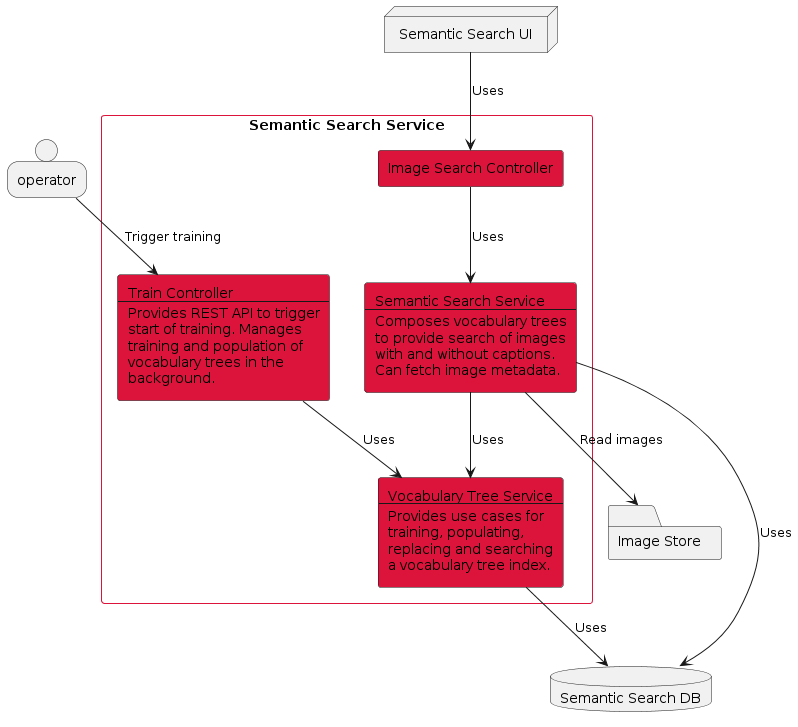
aircheology/docs keeps this PlantUML diagram as img/component_diagram.png. Above is the earlier version. The source it was exported from:
```plantuml
@startuml
person operator

node SemSearchUI [
    Semantic Search UI
]

folder ImageStore as "Image Store"

database SemSearchDB [
    Semantic Search DB
]

rectangle SemanticSearchSvc as "Semantic Search Service" #line:crimson {
    rectangle VocTreeSvc #crimson [
        Vocabulary Tree Service
        ---
        Provides use cases for
        training, populating,
        replacing and searching
        a vocabulary tree index.
    ]
    rectangle SemSearchSvc #crimson [
        Semantic Search Service
        ---
        Composes vocabulary trees
        to provide search of images
        with and without captions.
        Can fetch image metadata.
    ]
    rectangle TrainController #crimson [
        Train Controller
        ---
        Provides REST API to trigger
        start of training. Manages
        training and population of
        vocabulary trees in the
        background.
    ]
    rectangle ImageSearchController as "Image Search Controller" #crimson

    SemSearchSvc --> VocTreeSvc: Uses
    SemSearchSvc --> SemSearchDB: Uses
    VocTreeSvc --> SemSearchDB: Uses

    TrainController --> VocTreeSvc: Uses
    ImageSearchController --> SemSearchSvc: Uses
    operator --> TrainController: Trigger training

    SemSearchSvc --> ImageStore: Read images

    SemSearchUI --> ImageSearchController: Uses
}
@enduml
```
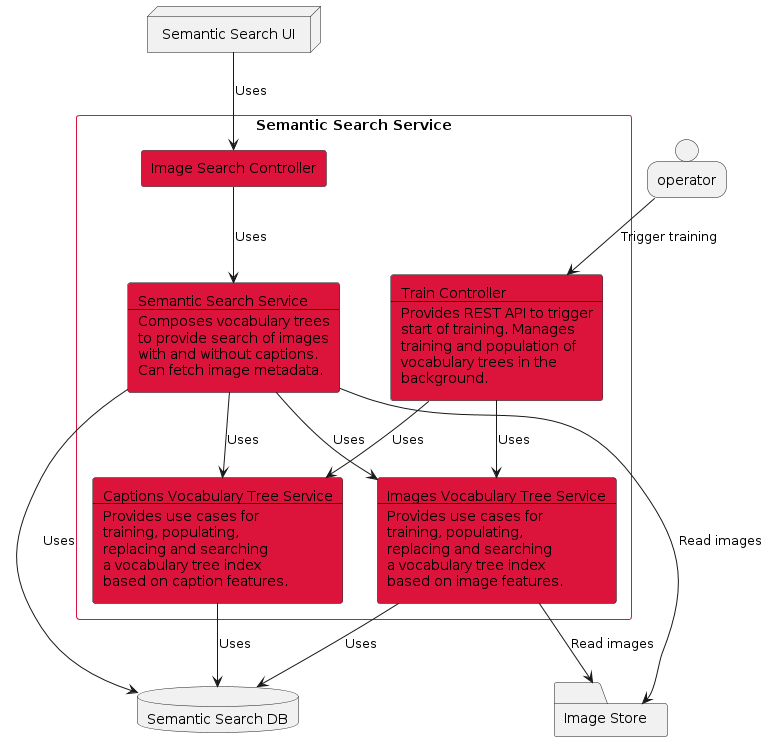
The same diagram one commit later.

The edit, as a diff of the source:
```diff
@@ -12,13 +12,23 @@
 ]
 
 rectangle SemanticSearchSvc as "Semantic Search Service" #line:crimson {
-    rectangle VocTreeSvc #crimson [
-        Vocabulary Tree Service
+    rectangle CaptionVocTreeSvc #crimson [
+        Captions Vocabulary Tree Service
         ---
         Provides use cases for
         training, populating,
         replacing and searching
-        a vocabulary tree index.
+        a vocabulary tree index
+        based on caption features.
+    ]
+    rectangle ImVocTreeSvc #crimson [
+        Images Vocabulary Tree Service
+        ---
+        Provides use cases for
+        training, populating,
+        replacing and searching
+        a vocabulary tree index
+        based on image features.
     ]
     rectangle SemSearchSvc #crimson [
         Semantic Search Service
@@ -39,15 +49,19 @@
     ]
     rectangle ImageSearchController as "Image Search Controller" #crimson
 
-    SemSearchSvc --> VocTreeSvc: Uses
+    SemSearchSvc --> CaptionVocTreeSvc: Uses
+    SemSearchSvc --> ImVocTreeSvc: Uses
     SemSearchSvc --> SemSearchDB: Uses
-    VocTreeSvc --> SemSearchDB: Uses
+    CaptionVocTreeSvc --> SemSearchDB: Uses
+    ImVocTreeSvc --> SemSearchDB: Uses
 
-    TrainController --> VocTreeSvc: Uses
+    TrainController --> CaptionVocTreeSvc: Uses
+    TrainController --> ImVocTreeSvc: Uses
     ImageSearchController --> SemSearchSvc: Uses
     operator --> TrainController: Trigger training
 
     SemSearchSvc --> ImageStore: Read images
+    ImVocTreeSvc --> ImageStore: Read images
 
     SemSearchUI --> ImageSearchController: Uses
 }
```
